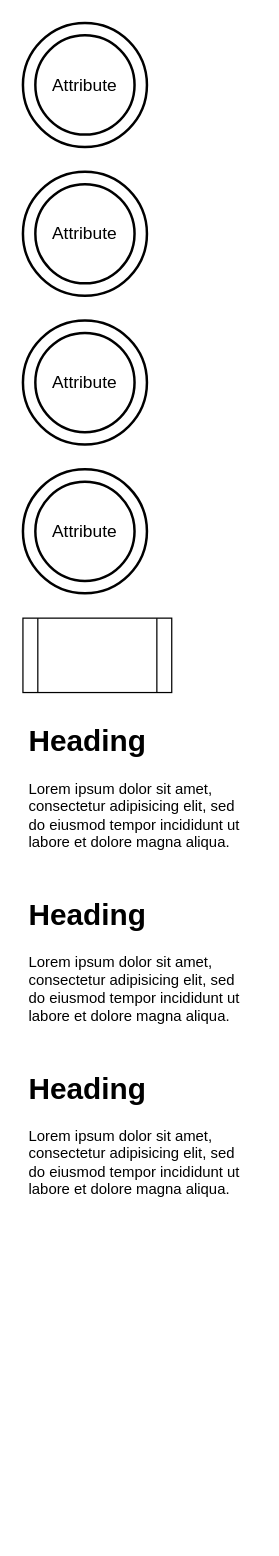
This is uml-demo-1/demo1.drawio from xxxlostxxx/uml, a draw.io file, before an edit. Source tidied: cells renumbered, new cells numbered last; positions are measured from the earlier drawing's top-left corner, leaving out a move shared by most shapes. Both pictures are drawn from the tidied source at 124%, with x=0, y=0 at pixel (22, 22).
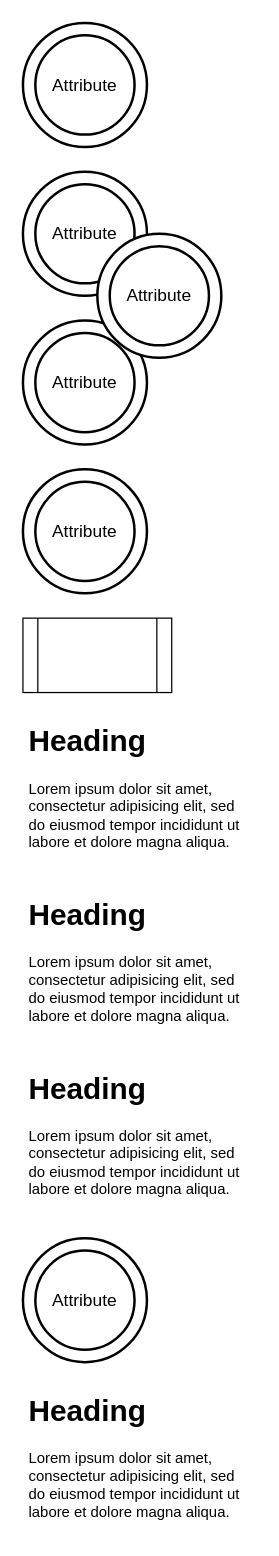
Above is the later version.

Diff of the diagram source:
```diff
@@
 <mxGraphModel>
   <root>
     <mxCell id="0" />
     <mxCell id="1" parent="0" />
     <mxCell id="2" value="Attribute" style="ellipse;shape=doubleEllipse;margin=10;strokeWidth=2;fontSize=14;whiteSpace=wrap;html=1;align=center;" parent="1" vertex="1">
       <mxGeometry width="100" height="100" as="geometry" />
     </mxCell>
     <mxCell id="3" value="Attribute" style="ellipse;shape=doubleEllipse;margin=10;strokeWidth=2;fontSize=14;whiteSpace=wrap;html=1;align=center;" parent="1" vertex="1">
       <mxGeometry y="120" width="100" height="100" as="geometry" />
     </mxCell>
     <mxCell id="4" value="Attribute" style="ellipse;shape=doubleEllipse;margin=10;strokeWidth=2;fontSize=14;whiteSpace=wrap;html=1;align=center;" parent="1" vertex="1">
       <mxGeometry y="240" width="100" height="100" as="geometry" />
     </mxCell>
     <mxCell id="5" value="Attribute" style="ellipse;shape=doubleEllipse;margin=10;strokeWidth=2;fontSize=14;whiteSpace=wrap;html=1;align=center;" parent="1" vertex="1">
       <mxGeometry y="360" width="100" height="100" as="geometry" />
     </mxCell>
     <mxCell id="6" style="shape=process;whiteSpace=wrap;html=1;backgroundOutline=1;" parent="1" vertex="1">
       <mxGeometry y="480" width="120" height="60" as="geometry" />
     </mxCell>
     <mxCell id="7" value="&lt;h1&gt;Heading&lt;/h1&gt;&lt;p&gt;Lorem ipsum dolor sit amet, consectetur adipisicing elit, sed do eiusmod tempor incididunt ut labore et dolore magna aliqua.&lt;/p&gt;" style="text;html=1;strokeColor=none;fillColor=none;spacing=5;spacingTop=-20;whiteSpace=wrap;overflow=hidden;rounded=0;" parent="1" vertex="1">
       <mxGeometry y="560" width="190" height="120" as="geometry" />
     </mxCell>
     <mxCell id="8" value="&lt;h1&gt;Heading&lt;/h1&gt;&lt;p&gt;Lorem ipsum dolor sit amet, consectetur adipisicing elit, sed do eiusmod tempor incididunt ut labore et dolore magna aliqua.&lt;/p&gt;" style="text;html=1;strokeColor=none;fillColor=none;spacing=5;spacingTop=-20;whiteSpace=wrap;overflow=hidden;rounded=0;" parent="1" vertex="1">
       <mxGeometry y="700" width="190" height="120" as="geometry" />
     </mxCell>
     <mxCell id="9" value="&lt;h1&gt;Heading&lt;/h1&gt;&lt;p&gt;Lorem ipsum dolor sit amet, consectetur adipisicing elit, sed do eiusmod tempor incididunt ut labore et dolore magna aliqua.&lt;/p&gt;" style="text;html=1;strokeColor=none;fillColor=none;spacing=5;spacingTop=-20;whiteSpace=wrap;overflow=hidden;rounded=0;" parent="1" vertex="1">
       <mxGeometry y="840" width="190" height="120" as="geometry" />
     </mxCell>
+    <mxCell id="10" value="Attribute" style="ellipse;shape=doubleEllipse;margin=10;strokeWidth=2;fontSize=14;whiteSpace=wrap;html=1;align=center;" parent="1" vertex="1">
+      <mxGeometry x="60" y="170" width="100" height="100" as="geometry" />
+    </mxCell>
+    <mxCell id="11" value="Attribute" style="ellipse;shape=doubleEllipse;margin=10;strokeWidth=2;fontSize=14;whiteSpace=wrap;html=1;align=center;" parent="1" vertex="1">
+      <mxGeometry y="980" width="100" height="100" as="geometry" />
+    </mxCell>
+    <mxCell id="12" value="&lt;h1&gt;Heading&lt;/h1&gt;&lt;p&gt;Lorem ipsum dolor sit amet, consectetur adipisicing elit, sed do eiusmod tempor incididunt ut labore et dolore magna aliqua.&lt;/p&gt;" style="text;html=1;strokeColor=none;fillColor=none;spacing=5;spacingTop=-20;whiteSpace=wrap;overflow=hidden;rounded=0;" parent="1" vertex="1">
+      <mxGeometry y="1100" width="190" height="120" as="geometry" />
+    </mxCell>
   </root>
 </mxGraphModel>
```
